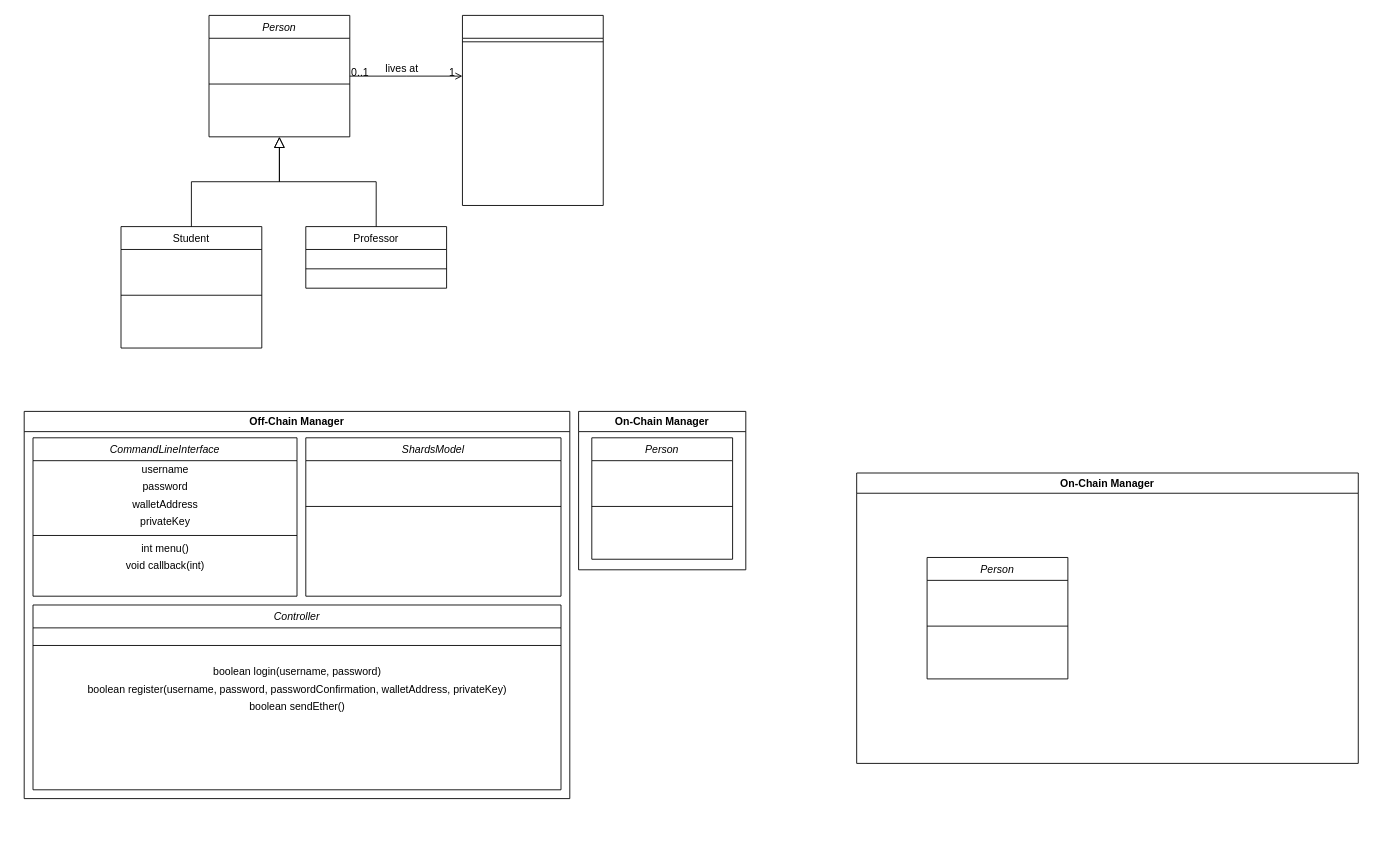
Earlier version of the draw.io diagram page "Diagramma delle classi" (1 of 2) of classdiag_architecture.drawio (AriannaRonci/Librachain). Source tidied: cells renumbered, new cells numbered last; positions are measured from the earlier drawing's top-left corner, leaving out a move shared by most shapes. Both pictures are drawn from the tidied source at 88%, with x=0, y=0 at pixel (24, 15).
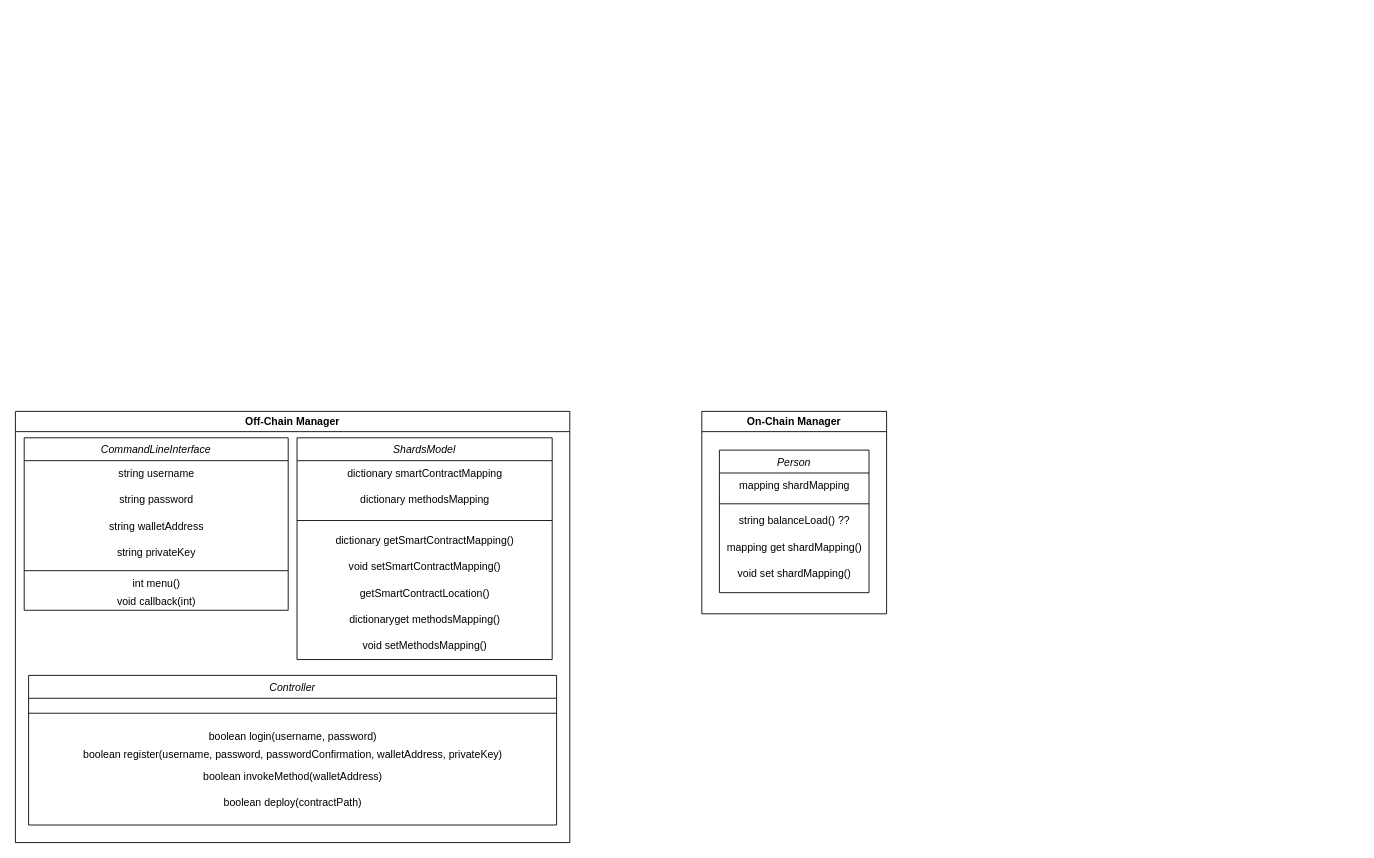
The same diagram, later.

Commit message:
Update class diagram

Diff of the diagram source:
```diff
@@
-    <mxCell id="2" value="Person" style="swimlane;fontStyle=2;align=center;verticalAlign=top;horizontal=1;startSize=26;rounded=0;shadow=0;strokeWidth=1;" parent="1" vertex="1">
-      <mxGeometry x="210" width="160" height="138" as="geometry" />
-    </mxCell>
-    <mxCell id="3" style="line;html=1;strokeWidth=1;align=left;verticalAlign=middle;spacingTop=-1;spacingLeft=3;spacingRight=3;labelPosition=right;" parent="2" vertex="1">
-      <mxGeometry y="26" width="160" height="104" as="geometry" />
-    </mxCell>
-    <mxCell id="4" value="Student" style="swimlane;fontStyle=0;align=center;verticalAlign=top;horizontal=1;startSize=26;rounded=0;shadow=0;strokeWidth=1;" parent="1" vertex="1">
-      <mxGeometry x="110" y="240" width="160" height="138" as="geometry" />
-    </mxCell>
-    <mxCell id="5" style="line;html=1;strokeWidth=1;align=left;verticalAlign=middle;spacingTop=-1;spacingLeft=3;spacingRight=3;labelPosition=right;" parent="4" vertex="1">
-      <mxGeometry y="26" width="160" height="104" as="geometry" />
-    </mxCell>
-    <mxCell id="6" style="endArrow=block;endSize=10;endFill=0;shadow=0;strokeWidth=1;rounded=0;edgeStyle=elbowEdgeStyle;elbow=vertical;" parent="1" edge="1" source="4" target="2">
-      <mxGeometry relative="1" as="geometry" />
-    </mxCell>
-    <mxCell id="7" value="Professor" style="swimlane;fontStyle=0;align=center;verticalAlign=top;horizontal=1;startSize=26;rounded=0;shadow=0;strokeWidth=1;" parent="1" vertex="1">
-      <mxGeometry x="320" y="240" width="160" height="70" as="geometry" />
-    </mxCell>
-    <mxCell id="8" style="line;html=1;strokeWidth=1;align=left;verticalAlign=middle;spacingTop=-1;spacingLeft=3;spacingRight=3;labelPosition=right;" parent="7" vertex="1">
-      <mxGeometry y="26" width="160" height="44" as="geometry" />
-    </mxCell>
-    <mxCell id="9" style="endArrow=block;endSize=10;endFill=0;shadow=0;strokeWidth=1;rounded=0;edgeStyle=elbowEdgeStyle;elbow=vertical;" parent="1" edge="1" source="7" target="2">
-      <mxGeometry relative="1" as="geometry" />
-    </mxCell>
-    <mxCell id="10" style="swimlane;fontStyle=0;align=center;verticalAlign=top;horizontal=1;startSize=26;rounded=0;shadow=0;strokeWidth=1;" parent="1" vertex="1">
-      <mxGeometry x="498" width="160" height="216" as="geometry" />
-    </mxCell>
-    <mxCell id="11" style="line;html=1;strokeWidth=1;align=left;verticalAlign=middle;spacingTop=-1;spacingLeft=3;spacingRight=3;labelPosition=right;" parent="10" vertex="1">
-      <mxGeometry y="26" width="160" height="8" as="geometry" />
-    </mxCell>
-    <mxCell id="12" style="endArrow=open;shadow=0;strokeWidth=1;rounded=0;endFill=1;edgeStyle=elbowEdgeStyle;elbow=vertical;" parent="1" edge="1" source="2" target="10">
-      <mxGeometry x="0.5" y="41" relative="1" as="geometry">
-        <mxPoint x="-40" y="32" as="offset" />
-      </mxGeometry>
-    </mxCell>
-    <mxCell id="13" value="0..1" style="align=left;verticalAlign=bottom;labelBackgroundColor=none;fontSize=12;" parent="12" vertex="1">
-      <mxGeometry x="-1" relative="1" as="geometry">
-        <mxPoint y="4" as="offset" />
-      </mxGeometry>
-    </mxCell>
-    <mxCell id="14" value="1" style="align=right;verticalAlign=bottom;labelBackgroundColor=none;fontSize=12;" parent="12" vertex="1">
-      <mxGeometry x="1" relative="1" as="geometry">
-        <mxPoint x="-7" y="4" as="offset" />
-      </mxGeometry>
-    </mxCell>
-    <mxCell id="15" value="lives at" style="text;html=1;align=center;verticalAlign=middle;labelBackgroundColor=none;rounded=0;shadow=0;strokeWidth=1;fontSize=12;" parent="12" vertex="1">
-      <mxGeometry x="0.5" y="49" relative="1" as="geometry">
-        <mxPoint x="-38" y="40" as="offset" />
-      </mxGeometry>
-    </mxCell>
     <mxCell id="16" value="Off-Chain Manager" style="swimlane;" parent="1" vertex="1">
-      <mxGeometry y="450" width="620" height="440" as="geometry" />
+      <mxGeometry x="-10" y="450" width="630" height="490" as="geometry" />
     </mxCell>
     <mxCell id="17" value="ShardsModel" style="swimlane;fontStyle=2;align=center;verticalAlign=top;horizontal=1;startSize=26;rounded=0;shadow=0;strokeWidth=1;" parent="16" vertex="1">
-      <mxGeometry x="320" y="30" width="290" height="180" as="geometry" />
+      <mxGeometry x="320" y="30" width="290" height="252" as="geometry" />
     </mxCell>
+    <mxCell id="38" value="dictionary smartContractMapping" style="text;html=1;align=center;verticalAlign=middle;strokeColor=none;fillColor=none;" parent="17" vertex="1">
+      <mxGeometry y="26" width="290" height="30" as="geometry" />
+    </mxCell>
+    <mxCell id="39" value="dictionary methodsMapping" style="text;html=1;align=center;verticalAlign=middle;strokeColor=none;fillColor=none;" parent="17" vertex="1">
+      <mxGeometry y="56" width="290" height="30" as="geometry" />
+    </mxCell>
     <mxCell id="18" style="line;html=1;strokeWidth=1;align=left;verticalAlign=middle;spacingTop=-1;spacingLeft=3;spacingRight=3;labelPosition=right;" parent="17" vertex="1">
-      <mxGeometry y="26" width="290" height="104" as="geometry" />
+      <mxGeometry y="86" width="290" height="16" as="geometry" />
     </mxCell>
+    <mxCell id="40" value="dictionary getSmartContractMapping()" style="text;html=1;align=center;verticalAlign=middle;strokeColor=none;fillColor=none;" parent="17" vertex="1">
+      <mxGeometry y="102" width="290" height="30" as="geometry" />
+    </mxCell>
+    <mxCell id="41" value="void setSmartContractMapping()" style="text;html=1;align=center;verticalAlign=middle;strokeColor=none;fillColor=none;" parent="17" vertex="1">
+      <mxGeometry y="132" width="290" height="30" as="geometry" />
+    </mxCell>
+    <mxCell id="42" value="getSmartContractLocation()" style="text;html=1;align=center;verticalAlign=middle;strokeColor=none;fillColor=none;" parent="17" vertex="1">
+      <mxGeometry y="162" width="290" height="30" as="geometry" />
+    </mxCell>
+    <mxCell id="43" value="dictionaryget methodsMapping()" style="text;html=1;align=center;verticalAlign=middle;strokeColor=none;fillColor=none;" parent="17" vertex="1">
+      <mxGeometry y="192" width="290" height="30" as="geometry" />
+    </mxCell>
+    <mxCell id="44" value="void setMethodsMapping()" style="text;html=1;align=center;verticalAlign=middle;strokeColor=none;fillColor=none;" parent="17" vertex="1">
+      <mxGeometry y="222" width="290" height="30" as="geometry" />
+    </mxCell>
     <mxCell id="19" value="CommandLineInterface" style="swimlane;fontStyle=2;align=center;verticalAlign=top;horizontal=1;startSize=26;rounded=0;shadow=0;strokeWidth=1;" parent="16" vertex="1">
-      <mxGeometry x="10" y="30" width="300" height="180" as="geometry" />
+      <mxGeometry x="10" y="30" width="300" height="196" as="geometry" />
     </mxCell>
-    <mxCell id="20" value="username" style="text;html=1;align=center;verticalAlign=middle;strokeColor=none;" parent="19" vertex="1">
-      <mxGeometry y="26" width="300" height="20" as="geometry" />
+    <mxCell id="20" value="string username" style="text;html=1;align=center;verticalAlign=middle;strokeColor=none;" parent="19" vertex="1">
+      <mxGeometry y="26" width="300" height="30" as="geometry" />
     </mxCell>
-    <mxCell id="21" value="password" style="text;html=1;align=center;verticalAlign=middle;strokeColor=none;" parent="19" vertex="1">
-      <mxGeometry y="46" width="300" height="20" as="geometry" />
+    <mxCell id="21" value="string password" style="text;html=1;align=center;verticalAlign=middle;strokeColor=none;" parent="19" vertex="1">
+      <mxGeometry y="56" width="300" height="30" as="geometry" />
     </mxCell>
-    <mxCell id="22" value="walletAddress" style="text;html=1;align=center;verticalAlign=middle;strokeColor=none;" parent="19" vertex="1">
-      <mxGeometry y="66" width="300" height="20" as="geometry" />
+    <mxCell id="22" value="string walletAddress" style="text;html=1;align=center;verticalAlign=middle;strokeColor=none;" parent="19" vertex="1">
+      <mxGeometry y="86" width="300" height="30" as="geometry" />
     </mxCell>
-    <mxCell id="23" value="privateKey" style="text;html=1;align=center;verticalAlign=middle;strokeColor=none;" parent="19" vertex="1">
-      <mxGeometry y="86" width="300" height="20" as="geometry" />
+    <mxCell id="23" value="string privateKey" style="text;html=1;align=center;verticalAlign=middle;strokeColor=none;" parent="19" vertex="1">
+      <mxGeometry y="116" width="300" height="30" as="geometry" />
     </mxCell>
     <mxCell id="24" style="line;html=1;strokeWidth=1;align=left;verticalAlign=middle;spacingTop=-1;spacingLeft=3;spacingRight=3;labelPosition=right;" parent="19" vertex="1">
-      <mxGeometry y="106" width="300" height="10" as="geometry" />
+      <mxGeometry y="146" width="300" height="10" as="geometry" />
     </mxCell>
     <mxCell id="25" value="int menu()" style="text;html=1;align=center;verticalAlign=middle;strokeColor=none;" parent="19" vertex="1">
-      <mxGeometry y="116" width="300" height="20" as="geometry" />
+      <mxGeometry y="156" width="300" height="20" as="geometry" />
     </mxCell>
     <mxCell id="26" value="void callback(int)" style="text;html=1;align=center;verticalAlign=middle;strokeColor=none;" parent="19" vertex="1">
-      <mxGeometry y="136" width="300" height="20" as="geometry" />
+      <mxGeometry y="176" width="300" height="20" as="geometry" />
     </mxCell>
     <mxCell id="27" value="Controller" style="swimlane;fontStyle=2;align=center;verticalAlign=top;horizontal=1;startSize=26;rounded=0;shadow=0;strokeWidth=1;" parent="16" vertex="1">
-      <mxGeometry x="10" y="220" width="600" height="210" as="geometry" />
+      <mxGeometry x="15" y="300" width="600" height="170" as="geometry" />
     </mxCell>
     <mxCell id="28" style="line;html=1;strokeWidth=1;align=left;verticalAlign=middle;spacingTop=-1;spacingLeft=3;spacingRight=3;labelPosition=right;" parent="27" vertex="1">
-      <mxGeometry y="26" width="600" height="40" as="geometry" />
+      <mxGeometry y="26" width="600" height="34" as="geometry" />
     </mxCell>
     <mxCell id="29" value="boolean login(username, password)" style="text;html=1;align=center;verticalAlign=middle;strokeColor=none;" parent="27" vertex="1">
-      <mxGeometry y="66" width="600" height="20" as="geometry" />
+      <mxGeometry y="60" width="600" height="20" as="geometry" />
     </mxCell>
     <mxCell id="30" value="boolean register(username, password, passwordConfirmation, walletAddress, privateKey)" style="text;html=1;align=center;verticalAlign=middle;strokeColor=none;" parent="27" vertex="1">
-      <mxGeometry y="86" width="600" height="20" as="geometry" />
+      <mxGeometry y="80" width="600" height="20" as="geometry" />
     </mxCell>
-    <mxCell id="31" value="boolean sendEther()" style="text;html=1;align=center;verticalAlign=middle;strokeColor=none;" parent="27" vertex="1">
-      <mxGeometry y="106" width="600" height="20" as="geometry" />
+    <mxCell id="31" value="boolean invokeMethod(walletAddress)" style="text;html=1;align=center;verticalAlign=middle;strokeColor=none;" parent="27" vertex="1">
+      <mxGeometry y="100" width="600" height="30" as="geometry" />
     </mxCell>
+    <mxCell id="45" value="boolean deploy(contractPath)" style="text;html=1;align=center;verticalAlign=middle;strokeColor=none;" parent="27" vertex="1">
+      <mxGeometry y="130" width="600" height="30" as="geometry" />
+    </mxCell>
     <mxCell id="32" value="On-Chain Manager" style="swimlane;startSize=23;" parent="1" vertex="1">
-      <mxGeometry x="946" y="520" width="570" height="330" as="geometry" />
+      <mxGeometry x="770" y="450" width="210" height="230" as="geometry" />
     </mxCell>
     <mxCell id="33" value="Person" style="swimlane;fontStyle=2;align=center;verticalAlign=top;horizontal=1;startSize=26;rounded=0;shadow=0;strokeWidth=1;" parent="32" vertex="1">
-      <mxGeometry x="80" y="96" width="160" height="138" as="geometry" />
+      <mxGeometry x="20" y="44" width="170" height="162" as="geometry" />
     </mxCell>
+    <mxCell id="46" value="mapping shardMapping" style="text;html=1;align=center;verticalAlign=middle;strokeColor=none;fillColor=none;" parent="33" vertex="1">
+      <mxGeometry y="26" width="170" height="30" as="geometry" />
+    </mxCell>
     <mxCell id="34" style="line;html=1;strokeWidth=1;align=left;verticalAlign=middle;spacingTop=-1;spacingLeft=3;spacingRight=3;labelPosition=right;" parent="33" vertex="1">
-      <mxGeometry y="26" width="160" height="104" as="geometry" />
+      <mxGeometry y="56" width="170" height="10" as="geometry" />
     </mxCell>
-    <mxCell id="35" value="On-Chain Manager" style="swimlane;startSize=23;" parent="1" vertex="1">
-      <mxGeometry x="630" y="450" width="190" height="180" as="geometry" />
-    </mxCell>
-    <mxCell id="36" value="Person" style="swimlane;fontStyle=2;align=center;verticalAlign=top;horizontal=1;startSize=26;rounded=0;shadow=0;strokeWidth=1;" parent="35" vertex="1">
-      <mxGeometry x="15" y="30" width="160" height="138" as="geometry" />
-    </mxCell>
-    <mxCell id="37" style="line;html=1;strokeWidth=1;align=left;verticalAlign=middle;spacingTop=-1;spacingLeft=3;spacingRight=3;labelPosition=right;" parent="36" vertex="1">
-      <mxGeometry y="26" width="160" height="104" as="geometry" />
-    </mxCell>
+    <mxCell id="47" value="string balanceLoad() ??" style="text;html=1;align=center;verticalAlign=middle;strokeColor=none;fillColor=none;" parent="33" vertex="1">
+      <mxGeometry y="66" width="170" height="30" as="geometry" />
+    </mxCell>
+    <mxCell id="48" value="mapping get shardMapping()" style="text;html=1;align=center;verticalAlign=middle;strokeColor=none;fillColor=none;" parent="33" vertex="1">
+      <mxGeometry y="96" width="170" height="30" as="geometry" />
+    </mxCell>
+    <mxCell id="49" value="void set shardMapping()" style="text;html=1;align=center;verticalAlign=middle;strokeColor=none;fillColor=none;" parent="33" vertex="1">
+      <mxGeometry y="126" width="170" height="30" as="geometry" />
+    </mxCell>
```
